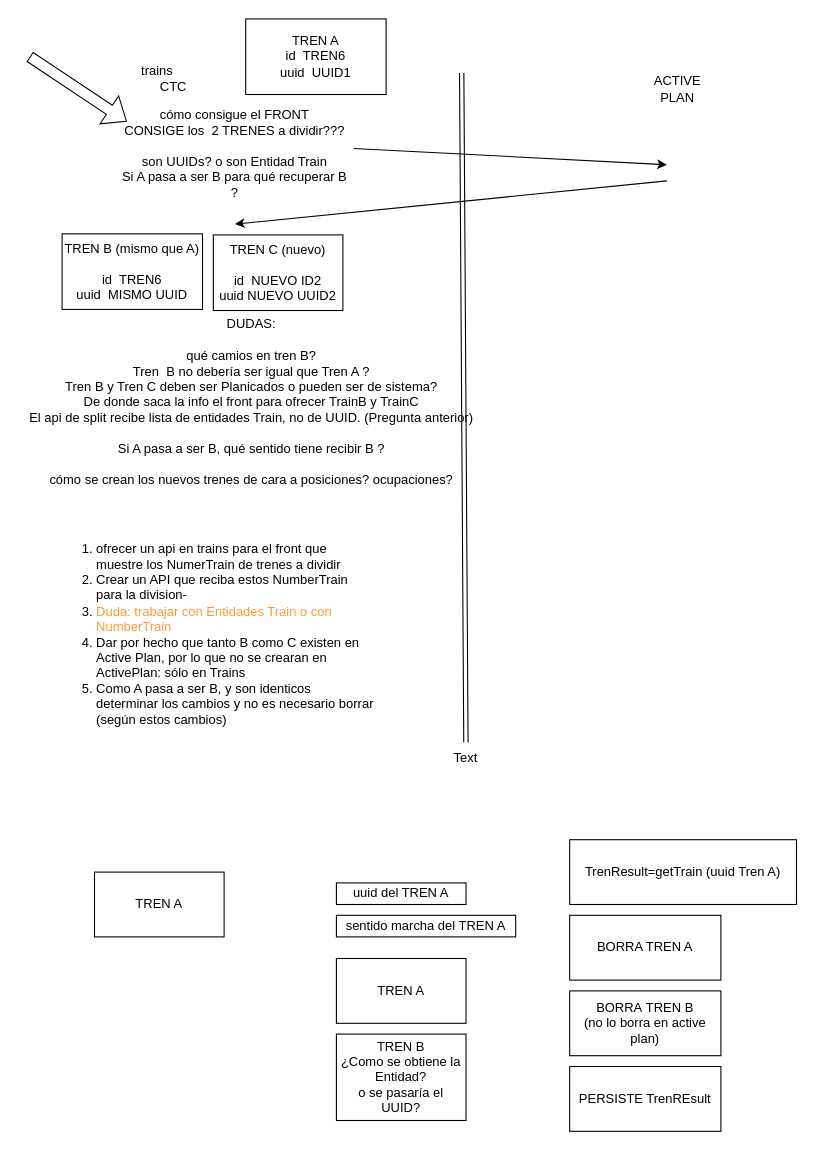
Earlier version of the draw.io diagram page "Página-21" (21 of 21) of TMS_FEC_SIEMENS.drawio (jeongon/DIAGRAMAS_TMS). Source tidied: cells renumbered, new cells numbered last; positions are measured from the earlier drawing's top-left corner, leaving out a move shared by most shapes. Both pictures are drawn from the tidied source at 108%, with x=0, y=0 at pixel (18, 18).
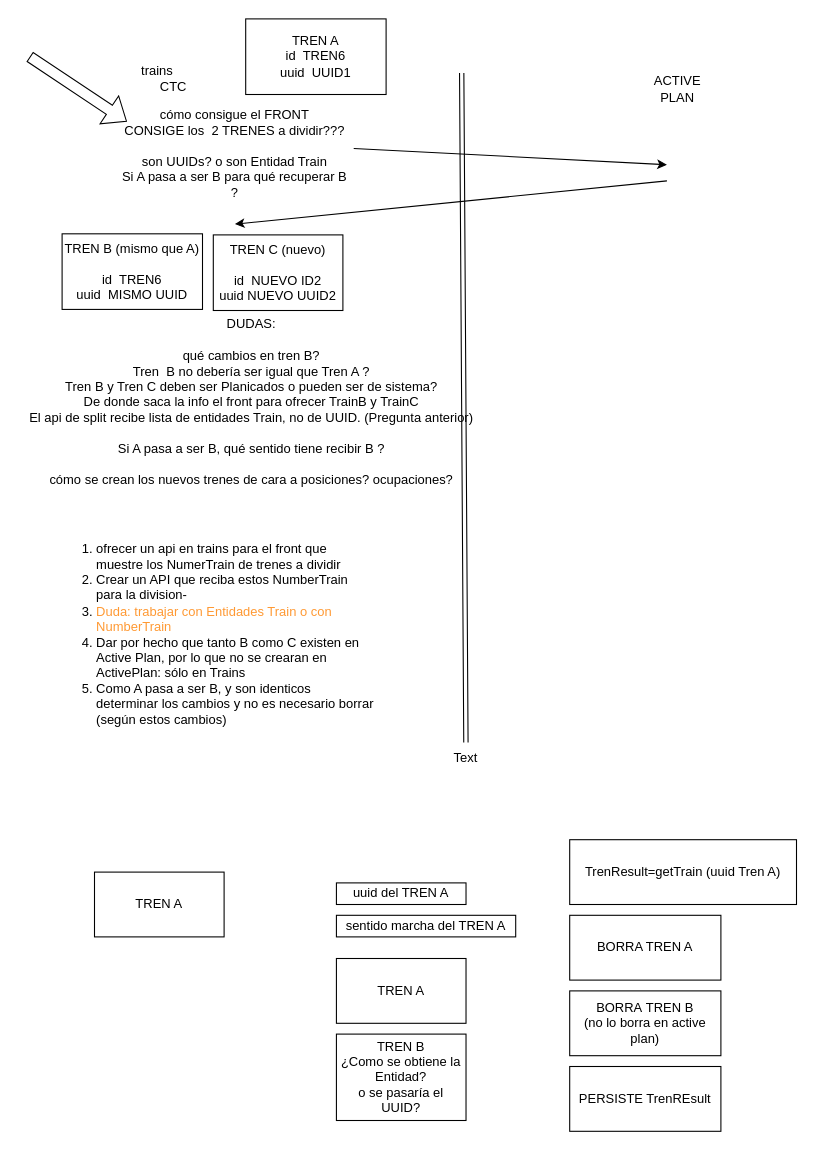
The same page after the edit.

Change to the diagram source:
```diff
@@
-    <mxCell id="12" value="DUDAS:&lt;br&gt;&lt;br&gt;qué camios en tren B?&lt;br&gt;Tren&amp;nbsp; B no debería ser igual que Tren A ?&lt;br&gt;Tren B y Tren C deben ser Planicados o pueden ser de sistema?&lt;br&gt;De donde saca la info el front para ofrecer TrainB y TrainC&lt;br&gt;El api de split recibe lista de entidades Train, no de UUID. (Pregunta anterior)&lt;br&gt;&lt;br&gt;Si A pasa a ser B, qué sentido tiene recibir B ?&lt;br&gt;&lt;br&gt;cómo se crean los nuevos trenes de cara a posiciones? ocupaciones?" style="text;html=1;align=center;verticalAlign=middle;strokeColor=none;fillColor=none;" parent="1" vertex="1">
+    <mxCell id="12" value="DUDAS:&lt;br&gt;&lt;br&gt;qué cambios en tren B?&lt;br&gt;Tren&amp;nbsp; B no debería ser igual que Tren A ?&lt;br&gt;Tren B y Tren C deben ser Planicados o pueden ser de sistema?&lt;br&gt;De donde saca la info el front para ofrecer TrainB y TrainC&lt;br&gt;El api de split recibe lista de entidades Train, no de UUID. (Pregunta anterior)&lt;br&gt;&lt;br&gt;Si A pasa a ser B, qué sentido tiene recibir B ?&lt;br&gt;&lt;br&gt;cómo se crean los nuevos trenes de cara a posiciones? ocupaciones?" style="text;html=1;align=center;verticalAlign=middle;strokeColor=none;fillColor=none;" parent="1" vertex="1">
       <mxGeometry y="270" width="430" height="170" as="geometry" />
     </mxCell>
```
